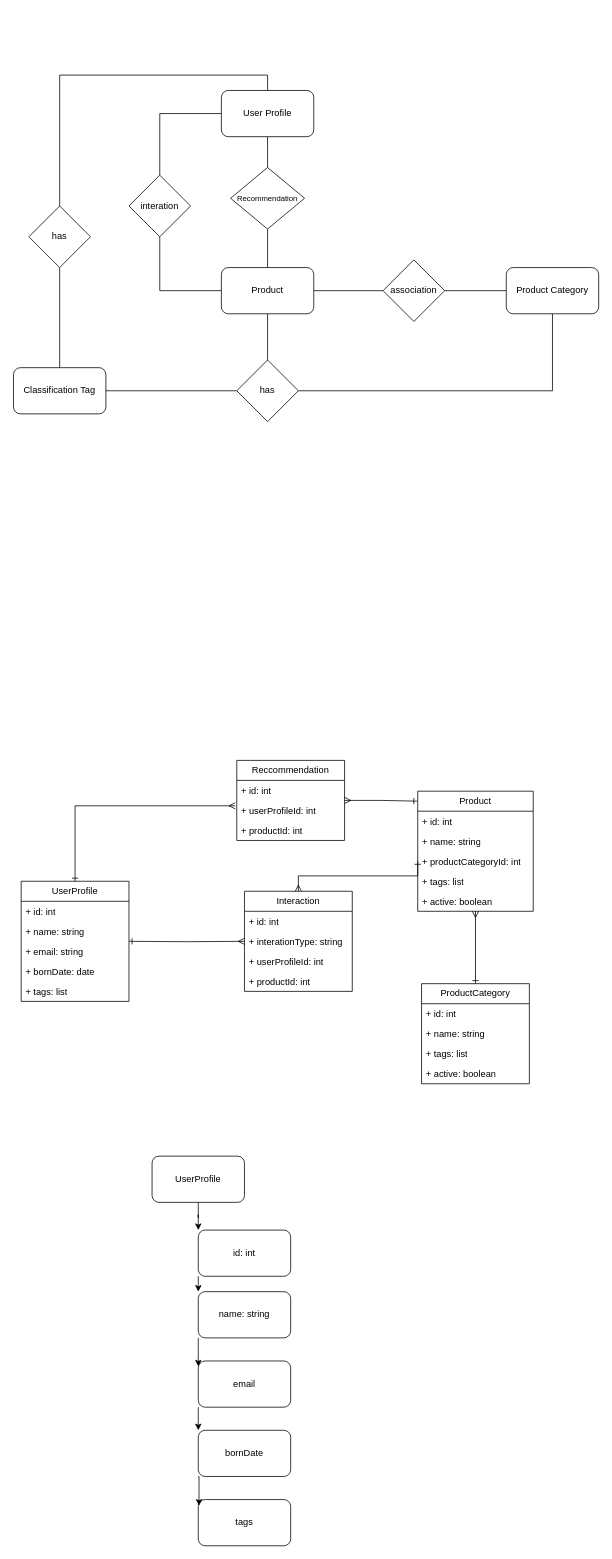
Above: page "models" (2 of 2) of arch-recommendation-system-if325.drawio in 1Wggb1/rec-sys-model (draw.io), before the change. Source tidied: cells renumbered, new cells numbered last; positions are measured from the earlier drawing's top-left corner, leaving out a move shared by most shapes. Both pictures are drawn from the tidied source at 77%, with x=0, y=0 at pixel (13, 75).
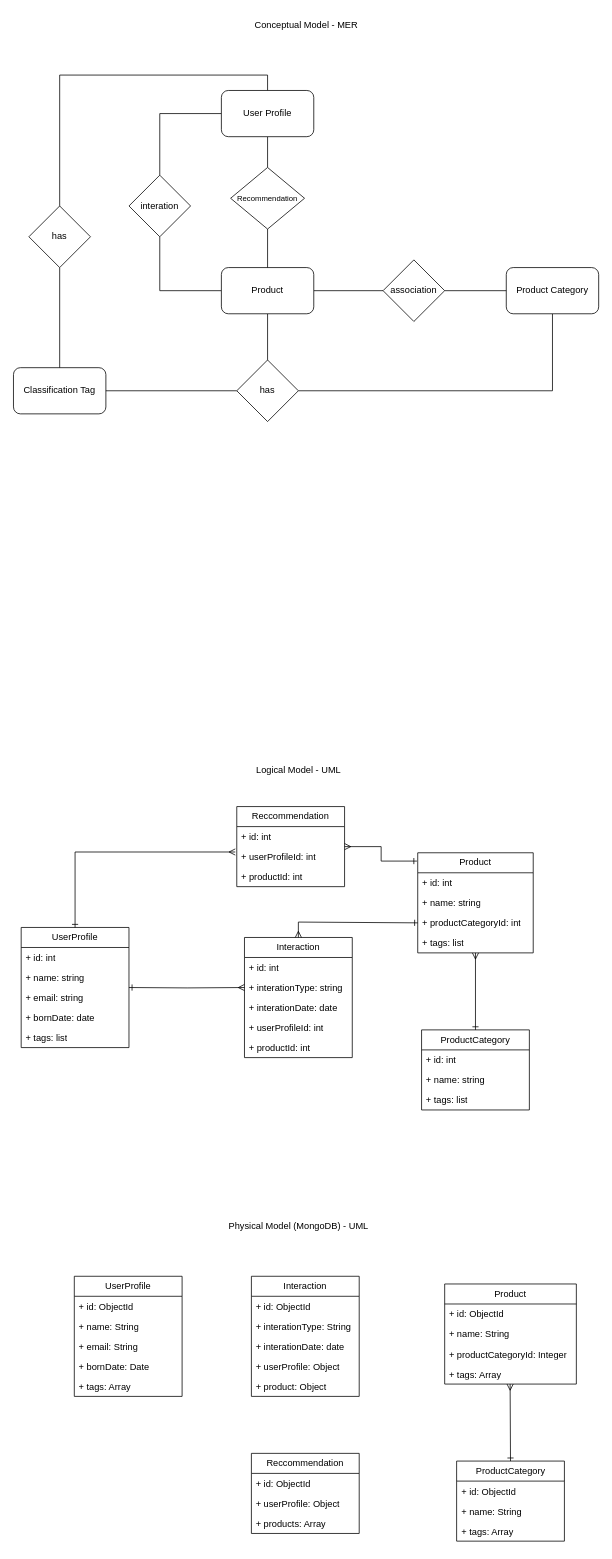
After the change.

Commit message (it also covers changes not shown here):
Adding readme description; creation of collection and documents; diagram improvement

Unchanged cells that the change refers to:
```xml
<mxCell id="28" value="+ productCategoryId: int" style="text;strokeColor=none;fillColor=none;align=left;verticalAlign=top;spacingLeft=4;spacingRight=4;overflow=hidden;points=[[0,0.5],[1,0.5]];portConstraint=eastwest;whiteSpace=wrap;html=1;" parent="25" vertex="1">
  <mxGeometry y="78" width="150" height="26" as="geometry" />
</mxCell>
<mxCell id="39" value="+ interationType: string" style="text;strokeColor=none;fillColor=none;align=left;verticalAlign=top;spacingLeft=4;spacingRight=4;overflow=hidden;points=[[0,0.5],[1,0.5]];portConstraint=eastwest;whiteSpace=wrap;html=1;" parent="37" vertex="1">
  <mxGeometry y="52" width="140" height="26" as="geometry" />
</mxCell>
```

Diff of the diagram source:
```diff
@@
     <mxCell id="18" value="UserProfile" style="swimlane;fontStyle=0;horizontal=1;startSize=26;fillColor=none;whiteSpace=wrap;html=1;" parent="1" vertex="1">
-      <mxGeometry x="10" y="1047" width="140" height="156" as="geometry" />
+      <mxGeometry x="10" y="1107" width="140" height="156" as="geometry" />
     </mxCell>
@@
     <mxCell id="25" value="Product" style="swimlane;fontStyle=0;horizontal=1;startSize=26;fillColor=none;whiteSpace=wrap;html=1;" parent="1" vertex="1">
-      <mxGeometry x="525" y="930" width="150" height="156" as="geometry" />
+      <mxGeometry x="525" y="1010" width="150" height="130" as="geometry" />
     </mxCell>
@@
-    <mxCell id="30" value="+ active: boolean" style="text;strokeColor=none;fillColor=none;align=left;verticalAlign=top;spacingLeft=4;spacingRight=4;overflow=hidden;whiteSpace=wrap;html=1;" parent="25" vertex="1">
-      <mxGeometry y="130" width="150" height="26" as="geometry" />
-    </mxCell>
     <mxCell id="31" value="ProductCategory" style="swimlane;fontStyle=0;horizontal=1;startSize=26;fillColor=none;whiteSpace=wrap;html=1;" parent="1" vertex="1">
-      <mxGeometry x="530" y="1180" width="140" height="130" as="geometry" />
+      <mxGeometry x="530" y="1240" width="140" height="104" as="geometry" />
     </mxCell>
@@
-    <mxCell id="35" value="+ active: boolean" style="text;strokeColor=none;fillColor=none;align=left;verticalAlign=top;spacingLeft=4;spacingRight=4;overflow=hidden;whiteSpace=wrap;html=1;" parent="31" vertex="1">
-      <mxGeometry y="104" width="140" height="26" as="geometry" />
-    </mxCell>
     <mxCell id="36" style="edgeStyle=orthogonalEdgeStyle;rounded=0;jettySize=auto;html=1;entryX=0;entryY=0.5;entryDx=0;entryDy=0;endArrow=ERone;endFill=0;startArrow=ERmany;startFill=0;" parent="1" edge="1" source="37" target="28">
       <mxGeometry relative="1" as="geometry">
         <Array as="points">
-          <mxPoint x="370" y="1040" />
-          <mxPoint x="525" y="1040" />
+          <mxPoint x="370" y="1100" />
+          <mxPoint x="525" y="1100" />
         </Array>
       </mxGeometry>
     </mxCell>
     <mxCell id="37" value="Interaction" style="swimlane;fontStyle=0;horizontal=1;startSize=26;fillColor=none;whiteSpace=wrap;html=1;" parent="1" vertex="1">
-      <mxGeometry x="300" y="1060" width="140" height="130" as="geometry" />
+      <mxGeometry x="300" y="1120" width="140" height="156" as="geometry" />
     </mxCell>
@@
+    <mxCell id="64" value="+ interationDate: date" style="text;strokeColor=none;fillColor=none;align=left;verticalAlign=top;spacingLeft=4;spacingRight=4;overflow=hidden;whiteSpace=wrap;html=1;" parent="37" vertex="1">
+      <mxGeometry y="78" width="140" height="26" as="geometry" />
+    </mxCell>
     <mxCell id="40" value="+ userProfileId: int" style="text;strokeColor=none;fillColor=none;align=left;verticalAlign=top;spacingLeft=4;spacingRight=4;overflow=hidden;whiteSpace=wrap;html=1;" parent="37" vertex="1">
-      <mxGeometry y="78" width="140" height="26" as="geometry" />
+      <mxGeometry y="104" width="140" height="26" as="geometry" />
     </mxCell>
     <mxCell id="41" value="+ productId: int" style="text;strokeColor=none;fillColor=none;align=left;verticalAlign=top;spacingLeft=4;spacingRight=4;overflow=hidden;whiteSpace=wrap;html=1;" parent="37" vertex="1">
-      <mxGeometry y="104" width="140" height="26" as="geometry" />
+      <mxGeometry y="130" width="140" height="26" as="geometry" />
     </mxCell>
     <mxCell id="42" style="edgeStyle=orthogonalEdgeStyle;rounded=0;jettySize=auto;html=1;entryX=0;entryY=0.5;entryDx=0;entryDy=0;endArrow=ERmany;endFill=0;startArrow=ERone;startFill=0;" parent="1" edge="1" target="39">
       <mxGeometry relative="1" as="geometry">
-        <mxPoint x="150" y="1125" as="sourcePoint" />
+        <mxPoint x="150" y="1185" as="sourcePoint" />
       </mxGeometry>
     </mxCell>
@@
     <mxCell id="47" value="Reccommendation" style="swimlane;fontStyle=0;horizontal=1;startSize=26;fillColor=none;whiteSpace=wrap;html=1;" parent="1" vertex="1">
-      <mxGeometry x="290" y="890" width="140" height="104" as="geometry" />
+      <mxGeometry x="290" y="950" width="140" height="104" as="geometry" />
     </mxCell>
@@
-    <mxCell id="53" style="edgeStyle=orthogonalEdgeStyle;rounded=0;jettySize=auto;html=1;entryX=0;entryY=0;entryDx=0;entryDy=0;" parent="1" edge="1" source="54" target="56">
-      <mxGeometry relative="1" as="geometry" />
-    </mxCell>
-    <mxCell id="54" value="UserProfile" style="rounded=1;whiteSpace=wrap;html=1;" parent="1" vertex="1">
-      <mxGeometry x="180" y="1404" width="120" height="60" as="geometry" />
+    <mxCell id="54" value="UserProfile" style="swimlane;fontStyle=0;horizontal=1;startSize=26;fillColor=none;whiteSpace=wrap;html=1;" parent="1" vertex="1">
+      <mxGeometry x="79" y="1560" width="140" height="156" as="geometry" />
     </mxCell>
-    <mxCell id="55" style="edgeStyle=orthogonalEdgeStyle;rounded=0;jettySize=auto;html=1;exitX=0;exitY=1;exitDx=0;exitDy=0;entryX=0;entryY=0;entryDx=0;entryDy=0;" parent="1" edge="1" source="56" target="57">
-      <mxGeometry relative="1" as="geometry" />
-    </mxCell>
-    <mxCell id="56" value="id: int" style="rounded=1;whiteSpace=wrap;html=1;" parent="1" vertex="1">
-      <mxGeometry x="240" y="1500" width="120" height="60" as="geometry" />
-    </mxCell>
-    <mxCell id="57" value="name: string" style="rounded=1;whiteSpace=wrap;html=1;" parent="1" vertex="1">
-      <mxGeometry x="240" y="1580" width="120" height="60" as="geometry" />
-    </mxCell>
-    <mxCell id="58" style="edgeStyle=orthogonalEdgeStyle;rounded=0;jettySize=auto;html=1;exitX=0;exitY=1;exitDx=0;exitDy=0;entryX=0;entryY=0;entryDx=0;entryDy=0;" parent="1" edge="1" source="59" target="60">
-      <mxGeometry relative="1" as="geometry" />
-    </mxCell>
-    <mxCell id="59" value="email" style="rounded=1;whiteSpace=wrap;html=1;" parent="1" vertex="1">
-      <mxGeometry x="240" y="1670" width="120" height="60" as="geometry" />
-    </mxCell>
-    <mxCell id="60" value="bornDate" style="rounded=1;whiteSpace=wrap;html=1;" parent="1" vertex="1">
-      <mxGeometry x="240" y="1760" width="120" height="60" as="geometry" />
-    </mxCell>
-    <mxCell id="61" value="tags" style="rounded=1;whiteSpace=wrap;html=1;" parent="1" vertex="1">
-      <mxGeometry x="240" y="1850" width="120" height="60" as="geometry" />
-    </mxCell>
-    <mxCell id="62" style="edgeStyle=orthogonalEdgeStyle;rounded=0;jettySize=auto;html=1;exitX=0;exitY=1;exitDx=0;exitDy=0;entryX=0;entryY=0.117;entryDx=0;entryDy=0;entryPerimeter=0;" parent="1" edge="1" source="57" target="59">
-      <mxGeometry relative="1" as="geometry" />
-    </mxCell>
-    <mxCell id="63" style="edgeStyle=orthogonalEdgeStyle;rounded=0;jettySize=auto;html=1;exitX=0;exitY=1;exitDx=0;exitDy=0;entryX=0.008;entryY=0.133;entryDx=0;entryDy=0;entryPerimeter=0;" parent="1" edge="1" source="60" target="61">
-      <mxGeometry relative="1" as="geometry" />
-    </mxCell>
+    <mxCell id="65" value="+ id:&amp;nbsp;&lt;span style=&quot;background-color: initial;&quot;&gt;ObjectId&lt;/span&gt;" style="text;strokeColor=none;fillColor=none;align=left;verticalAlign=top;spacingLeft=4;spacingRight=4;overflow=hidden;whiteSpace=wrap;html=1;" parent="54" vertex="1">
+      <mxGeometry y="26" width="140" height="26" as="geometry" />
+    </mxCell>
+    <mxCell id="66" value="+ name: String" style="text;strokeColor=none;fillColor=none;align=left;verticalAlign=top;spacingLeft=4;spacingRight=4;overflow=hidden;whiteSpace=wrap;html=1;" parent="54" vertex="1">
+      <mxGeometry y="52" width="140" height="26" as="geometry" />
+    </mxCell>
+    <mxCell id="67" value="+ email: String" style="text;strokeColor=none;fillColor=none;align=left;verticalAlign=top;spacingLeft=4;spacingRight=4;overflow=hidden;whiteSpace=wrap;html=1;" parent="54" vertex="1">
+      <mxGeometry y="78" width="140" height="26" as="geometry" />
+    </mxCell>
+    <mxCell id="68" value="+ bornDate: Date" style="text;strokeColor=none;fillColor=none;align=left;verticalAlign=top;spacingLeft=4;spacingRight=4;overflow=hidden;whiteSpace=wrap;html=1;" parent="54" vertex="1">
+      <mxGeometry y="104" width="140" height="26" as="geometry" />
+    </mxCell>
+    <mxCell id="69" value="+ tags: Array" style="text;strokeColor=none;fillColor=none;align=left;verticalAlign=top;spacingLeft=4;spacingRight=4;overflow=hidden;whiteSpace=wrap;html=1;" parent="54" vertex="1">
+      <mxGeometry y="130" width="140" height="26" as="geometry" />
+    </mxCell>
+    <mxCell id="70" value="Interaction" style="swimlane;fontStyle=0;horizontal=1;startSize=26;fillColor=none;whiteSpace=wrap;html=1;" parent="1" vertex="1">
+      <mxGeometry x="309" y="1560" width="140" height="156" as="geometry" />
+    </mxCell>
+    <mxCell id="71" value="+ id: ObjectId" style="text;strokeColor=none;fillColor=none;align=left;verticalAlign=top;spacingLeft=4;spacingRight=4;overflow=hidden;whiteSpace=wrap;html=1;" parent="70" vertex="1">
+      <mxGeometry y="26" width="140" height="26" as="geometry" />
+    </mxCell>
+    <mxCell id="72" value="+ interationType: String" style="text;strokeColor=none;fillColor=none;align=left;verticalAlign=top;spacingLeft=4;spacingRight=4;overflow=hidden;whiteSpace=wrap;html=1;" parent="70" vertex="1">
+      <mxGeometry y="52" width="140" height="26" as="geometry" />
+    </mxCell>
+    <mxCell id="73" value="+ interationDate: date" style="text;strokeColor=none;fillColor=none;align=left;verticalAlign=top;spacingLeft=4;spacingRight=4;overflow=hidden;whiteSpace=wrap;html=1;" parent="70" vertex="1">
+      <mxGeometry y="78" width="140" height="26" as="geometry" />
+    </mxCell>
+    <mxCell id="74" value="+ userProfile: Object" style="text;strokeColor=none;fillColor=none;align=left;verticalAlign=top;spacingLeft=4;spacingRight=4;overflow=hidden;whiteSpace=wrap;html=1;" parent="70" vertex="1">
+      <mxGeometry y="104" width="140" height="26" as="geometry" />
+    </mxCell>
+    <mxCell id="75" value="+ product: Object" style="text;strokeColor=none;fillColor=none;align=left;verticalAlign=top;spacingLeft=4;spacingRight=4;overflow=hidden;whiteSpace=wrap;html=1;" parent="70" vertex="1">
+      <mxGeometry y="130" width="140" height="26" as="geometry" />
+    </mxCell>
+    <mxCell id="76" value="Reccommendation" style="swimlane;fontStyle=0;horizontal=1;startSize=26;fillColor=none;whiteSpace=wrap;html=1;" parent="1" vertex="1">
+      <mxGeometry x="309" y="1790" width="140" height="104" as="geometry" />
+    </mxCell>
+    <mxCell id="77" value="+ id: ObjectId" style="text;strokeColor=none;fillColor=none;align=left;verticalAlign=top;spacingLeft=4;spacingRight=4;overflow=hidden;whiteSpace=wrap;html=1;" parent="76" vertex="1">
+      <mxGeometry y="26" width="140" height="26" as="geometry" />
+    </mxCell>
+    <mxCell id="78" value="+ userProfile: Object" style="text;strokeColor=none;fillColor=none;align=left;verticalAlign=top;spacingLeft=4;spacingRight=4;overflow=hidden;whiteSpace=wrap;html=1;" parent="76" vertex="1">
+      <mxGeometry y="52" width="140" height="26" as="geometry" />
+    </mxCell>
+    <mxCell id="79" value="+ products: Array" style="text;strokeColor=none;fillColor=none;align=left;verticalAlign=top;spacingLeft=4;spacingRight=4;overflow=hidden;whiteSpace=wrap;html=1;" parent="76" vertex="1">
+      <mxGeometry y="78" width="140" height="26" as="geometry" />
+    </mxCell>
+    <mxCell id="80" value="Product" style="swimlane;fontStyle=0;horizontal=1;startSize=26;fillColor=none;whiteSpace=wrap;html=1;" parent="1" vertex="1">
+      <mxGeometry x="560" y="1570" width="171" height="130" as="geometry" />
+    </mxCell>
+    <mxCell id="81" value="+ id: ObjectId" style="text;strokeColor=none;fillColor=none;align=left;verticalAlign=top;spacingLeft=4;spacingRight=4;overflow=hidden;whiteSpace=wrap;html=1;" parent="80" vertex="1">
+      <mxGeometry y="26" width="171" height="26" as="geometry" />
+    </mxCell>
+    <mxCell id="82" value="+ name: String" style="text;strokeColor=none;fillColor=none;align=left;verticalAlign=top;spacingLeft=4;spacingRight=4;overflow=hidden;whiteSpace=wrap;html=1;" parent="80" vertex="1">
+      <mxGeometry y="52" width="171" height="26" as="geometry" />
+    </mxCell>
+    <mxCell id="83" value="+ productCategoryId: Integer" style="text;strokeColor=none;fillColor=none;align=left;verticalAlign=top;spacingLeft=4;spacingRight=4;overflow=hidden;whiteSpace=wrap;html=1;" parent="80" vertex="1">
+      <mxGeometry y="78" width="171" height="26" as="geometry" />
+    </mxCell>
+    <mxCell id="84" value="+ tags: Array" style="text;strokeColor=none;fillColor=none;align=left;verticalAlign=top;spacingLeft=4;spacingRight=4;overflow=hidden;whiteSpace=wrap;html=1;" parent="80" vertex="1">
+      <mxGeometry y="104" width="171" height="26" as="geometry" />
+    </mxCell>
+    <mxCell id="85" value="ProductCategory" style="swimlane;fontStyle=0;horizontal=1;startSize=26;fillColor=none;whiteSpace=wrap;html=1;" parent="1" vertex="1">
+      <mxGeometry x="575.5" y="1800" width="140" height="104" as="geometry" />
+    </mxCell>
+    <mxCell id="86" value="+ id: ObjectId" style="text;strokeColor=none;fillColor=none;align=left;verticalAlign=top;spacingLeft=4;spacingRight=4;overflow=hidden;whiteSpace=wrap;html=1;" parent="85" vertex="1">
+      <mxGeometry y="26" width="140" height="26" as="geometry" />
+    </mxCell>
+    <mxCell id="87" value="+ name: String" style="text;strokeColor=none;fillColor=none;align=left;verticalAlign=top;spacingLeft=4;spacingRight=4;overflow=hidden;whiteSpace=wrap;html=1;" parent="85" vertex="1">
+      <mxGeometry y="52" width="140" height="26" as="geometry" />
+    </mxCell>
+    <mxCell id="88" value="+ tags: Array" style="text;strokeColor=none;fillColor=none;align=left;verticalAlign=top;spacingLeft=4;spacingRight=4;overflow=hidden;whiteSpace=wrap;html=1;" parent="85" vertex="1">
+      <mxGeometry y="78" width="140" height="26" as="geometry" />
+    </mxCell>
+    <mxCell id="89" value="Logical Model - UML" style="text;html=1;align=center;verticalAlign=middle;strokeColor=none;fillColor=none;" parent="1" vertex="1">
+      <mxGeometry x="305" y="888" width="130" height="30" as="geometry" />
+    </mxCell>
+    <mxCell id="90" value="Physical Model (MongoDB) - UML" style="text;html=1;align=center;verticalAlign=middle;strokeColor=none;fillColor=none;" parent="1" vertex="1">
+      <mxGeometry x="270" y="1480" width="200" height="30" as="geometry" />
+    </mxCell>
+    <mxCell id="91" value="Conceptual Model - MER" style="text;html=1;align=center;verticalAlign=middle;strokeColor=none;fillColor=none;" parent="1" vertex="1">
+      <mxGeometry x="300" y="-80" width="160" height="30" as="geometry" />
+    </mxCell>
+    <mxCell id="92" style="edgeStyle=orthogonalEdgeStyle;rounded=0;jettySize=auto;html=1;endArrow=ERone;endFill=0;startArrow=ERmany;startFill=0;entryX=0.5;entryY=0;entryDx=0;entryDy=0;" parent="1" edge="1" target="85">
+      <mxGeometry relative="1" as="geometry">
+        <mxPoint x="645" y="1700" as="sourcePoint" />
+      </mxGeometry>
+    </mxCell>
```
